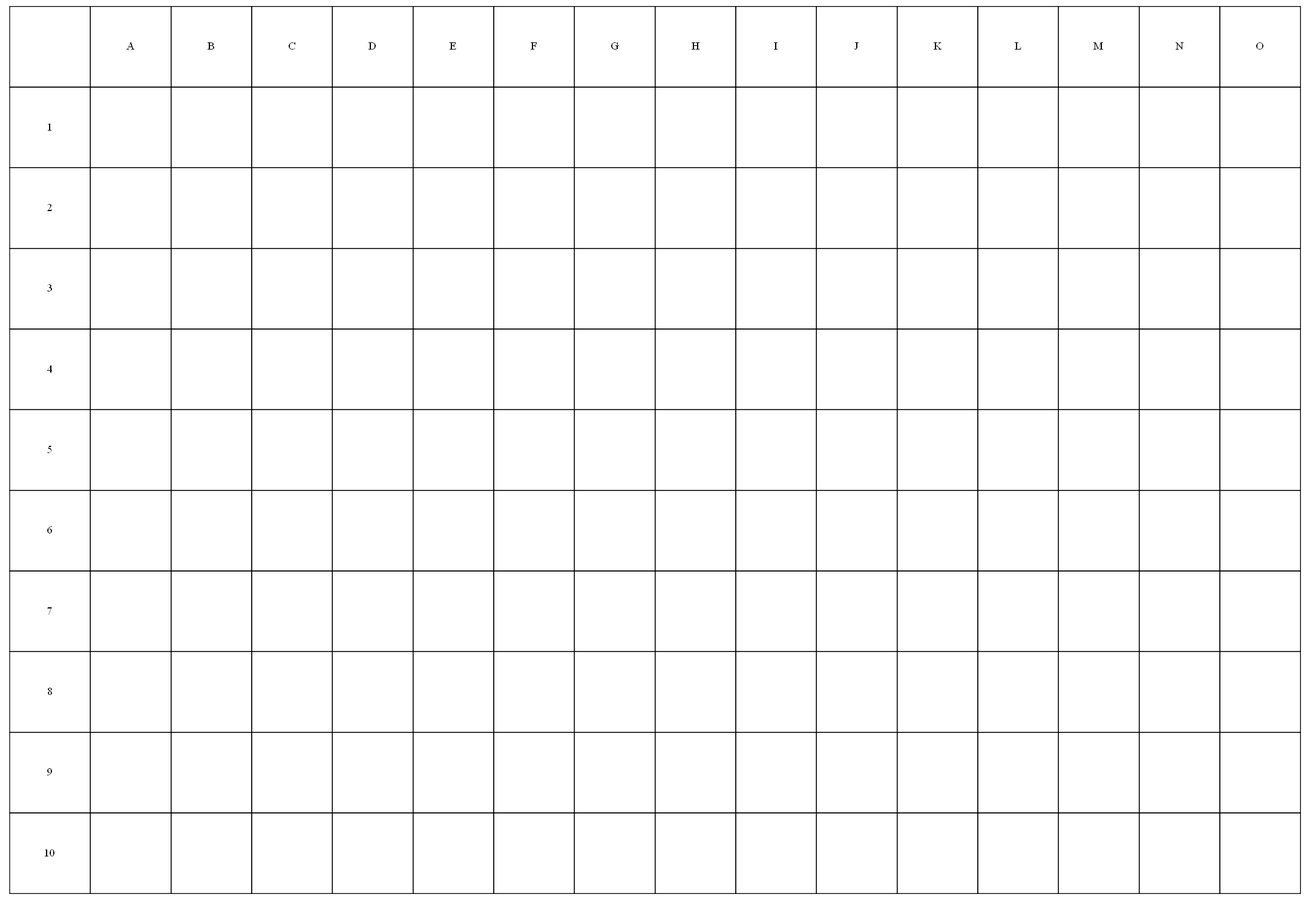
Above: Proyecto_fase2/WSnaval_wars/ClienteAdmin/Imagenes/tablero_barcos.png in jocaqes/EDD_201212921 (Graphviz), before the change. Its source is kept beside it as Proyecto_fase2/WSnaval_wars/WSnaval_wars/Dots/tablero_barcos.dot. The source it was exported from:
```dot
digraph g{
node[shape=plaintext];
matriz[label=<<TABLE border="0" cellspacing="0" cellborder="1">
<TR><TD width="100" height="100" fixedsize="true"></TD>
<TD width="100" height="100" fixedsize="true">A</TD>
<TD width="100" height="100" fixedsize="true">B</TD>
<TD width="100" height="100" fixedsize="true">C</TD>
<TD width="100" height="100" fixedsize="true">D</TD>
<TD width="100" height="100" fixedsize="true">E</TD>
<TD width="100" height="100" fixedsize="true">F</TD>
<TD width="100" height="100" fixedsize="true">G</TD>
<TD width="100" height="100" fixedsize="true">H</TD>
<TD width="100" height="100" fixedsize="true">I</TD>
<TD width="100" height="100" fixedsize="true">J</TD>
<TD width="100" height="100" fixedsize="true">K</TD>
<TD width="100" height="100" fixedsize="true">L</TD>
<TD width="100" height="100" fixedsize="true">M</TD>
<TD width="100" height="100" fixedsize="true">N</TD>
<TD width="100" height="100" fixedsize="true">O</TD>
</TR>
<TR>
<TD width="100" height="100" fixedsize="true">1</TD>
<TD width="100" height="100" fixedsize="true"></TD>
<TD width="100" height="100" fixedsize="true"></TD>
<TD width="100" height="100" fixedsize="true"></TD>
<TD width="100" height="100" fixedsize="true"></TD>
<TD width="100" height="100" fixedsize="true"></TD>
<TD width="100" height="100" fixedsize="true"></TD>
<TD width="100" height="100" fixedsize="true"></TD>
<TD width="100" height="100" fixedsize="true"></TD>
<TD width="100" height="100" fixedsize="true"></TD>
<TD width="100" height="100" fixedsize="true"></TD>
<TD width="100" height="100" fixedsize="true"></TD>
<TD width="100" height="100" fixedsize="true"></TD>
<TD width="100" height="100" fixedsize="true"></TD>
<TD width="100" height="100" fixedsize="true"></TD>
<TD width="100" height="100" fixedsize="true"></TD>
</TR><TR>
<TD width="100" height="100" fixedsize="true">2</TD>
<TD width="100" height="100" fixedsize="true"></TD>
<TD width="100" height="100" fixedsize="true"></TD>
<TD width="100" height="100" fixedsize="true"></TD>
<TD width="100" height="100" fixedsize="true"></TD>
<TD width="100" height="100" fixedsize="true"></TD>
<TD width="100" height="100" fixedsize="true"></TD>
<TD width="100" height="100" fixedsize="true"></TD>
<TD width="100" height="100" fixedsize="true"></TD>
<TD width="100" height="100" fixedsize="true"></TD>
<TD width="100" height="100" fixedsize="true"></TD>
<TD width="100" height="100" fixedsize="true"></TD>
<TD width="100" height="100" fixedsize="true"></TD>
<TD width="100" height="100" fixedsize="true"></TD>
<TD width="100" height="100" fixedsize="true"></TD>
<TD width="100" height="100" fixedsize="true"></TD>
</TR><TR>
<TD width="100" height="100" fixedsize="true">3</TD>
<TD width="100" height="100" fixedsize="true"></TD>
<TD width="100" height="100" fixedsize="true"></TD>
<TD width="100" height="100" fixedsize="true"></TD>
<TD width="100" height="100" fixedsize="true"></TD>
<TD width="100" height="100" fixedsize="true"></TD>
<TD width="100" height="100" fixedsize="true"></TD>
<TD width="100" height="100" fixedsize="true"></TD>
<TD width="100" height="100" fixedsize="true"></TD>
<TD width="100" height="100" fixedsize="true"></TD>
<TD width="100" height="100" fixedsize="true"></TD>
<TD width="100" height="100" fixedsize="true"></TD>
<TD width="100" height="100" fixedsize="true"></TD>
<TD width="100" height="100" fixedsize="true"></TD>
<TD width="100" height="100" fixedsize="true"></TD>
<TD width="100" height="100" fixedsize="true"></TD>
</TR><TR>
<TD width="100" height="100" fixedsize="true">4</TD>
<TD width="100" height="100" fixedsize="true"></TD>
<TD width="100" height="100" fixedsize="true"></TD>
<TD width="100" height="100" fixedsize="true"></TD>
<TD width="100" height="100" fixedsize="true"></TD>
<TD width="100" height="100" fixedsize="true"></TD>
<TD width="100" height="100" fixedsize="true"></TD>
<TD width="100" height="100" fixedsize="true"></TD>
<TD width="100" height="100" fixedsize="true"></TD>
<TD width="100" height="100" fixedsize="true"></TD>
<TD width="100" height="100" fixedsize="true"></TD>
<TD width="100" height="100" fixedsize="true"></TD>
<TD width="100" height="100" fixedsize="true"></TD>
<TD width="100" height="100" fixedsize="true"></TD>
<TD width="100" height="100" fixedsize="true"></TD>
<TD width="100" height="100" fixedsize="true"></TD>
</TR><TR>
<TD width="100" height="100" fixedsize="true">5</TD>
<TD width="100" height="100" fixedsize="true"></TD>
<TD width="100" height="100" fixedsize="true"></TD>
<TD width="100" height="100" fixedsize="true"></TD>
<TD width="100" height="100" fixedsize="true"></TD>
<TD width="100" height="100" fixedsize="true"></TD>
<TD width="100" height="100" fixedsize="true"></TD>
<TD width="100" height="100" fixedsize="true"></TD>
<TD width="100" height="100" fixedsize="true"></TD>
<TD width="100" height="100" fixedsize="true"></TD>
<TD width="100" height="100" fixedsize="true"></TD>
<TD width="100" height="100" fixedsize="true"></TD>
<TD width="100" height="100" fixedsize="true"></TD>
<TD width="100" height="100" fixedsize="true"></TD>
<TD width="100" height="100" fixedsize="true"></TD>
<TD width="100" height="100" fixedsize="true"></TD>
</TR><TR>
<TD width="100" height="100" fixedsize="true">6</TD>
<TD width="100" height="100" fixedsize="true"></TD>
<TD width="100" height="100" fixedsize="true"></TD>
<TD width="100" height="100" fixedsize="true"></TD>
<TD width="100" height="100" fixedsize="true"></TD>
<TD width="100" height="100" fixedsize="true"></TD>
<TD width="100" height="100" fixedsize="true"></TD>
<TD width="100" height="100" fixedsize="true"></TD>
<TD width="100" height="100" fixedsize="true"></TD>
<TD width="100" height="100" fixedsize="true"></TD>
<TD width="100" height="100" fixedsize="true"></TD>
<TD width="100" height="100" fixedsize="true"></TD>
<TD width="100" height="100" fixedsize="true"></TD>
<TD width="100" height="100" fixedsize="true"></TD>
<TD width="100" height="100" fixedsize="true"></TD>
<TD width="100" height="100" fixedsize="true"></TD>
</TR><TR>
<TD width="100" height="100" fixedsize="true">7</TD>
<TD width="100" height="100" fixedsize="true"></TD>
<TD width="100" height="100" fixedsize="true"></TD>
<TD width="100" height="100" fixedsize="true"></TD>
<TD width="100" height="100" fixedsize="true"></TD>
<TD width="100" height="100" fixedsize="true"></TD>
<TD width="100" height="100" fixedsize="true"></TD>
<TD width="100" height="100" fixedsize="true"></TD>
<TD width="100" height="100" fixedsize="true"></TD>
<TD width="100" height="100" fixedsize="true"></TD>
<TD width="100" height="100" fixedsize="true"></TD>
<TD width="100" height="100" fixedsize="true"></TD>
<TD width="100" height="100" fixedsize="true"></TD>
<TD width="100" height="100" fixedsize="true"></TD>
<TD width="100" height="100" fixedsize="true"></TD>
<TD width="100" height="100" fixedsize="true"></TD>
</TR><TR>
<TD width="100" height="100" fixedsize="true">8</TD>
<TD width="100" height="100" fixedsize="true"></TD>
<TD width="100" height="100" fixedsize="true"></TD>
<TD width="100" height="100" fixedsize="true"></TD>
<TD width="100" height="100" fixedsize="true"></TD>
<TD width="100" height="100" fixedsize="true"></TD>
<TD width="100" height="100" fixedsize="true"></TD>
<TD width="100" height="100" fixedsize="true"></TD>
<TD width="100" height="100" fixedsize="true"></TD>
<TD width="100" height="100" fixedsize="true"></TD>
<TD width="100" height="100" fixedsize="true"></TD>
<TD width="100" height="100" fixedsize="true"></TD>
<TD width="100" height="100" fixedsize="true"></TD>
<TD width="100" height="100" fixedsize="true"></TD>
<TD width="100" height="100" fixedsize="true"></TD>
<TD width="100" height="100" fixedsize="true"></TD>
</TR><TR>
<TD width="100" height="100" fixedsize="true">9</TD>
<TD width="100" height="100" fixedsize="true"></TD>
<TD width="100" height="100" fixedsize="true"></TD>
<TD width="100" height="100" fixedsize="true"></TD>
<TD width="100" height="100" fixedsize="true"></TD>
<TD width="100" height="100" fixedsize="true"></TD>
<TD width="100" height="100" fixedsize="true"></TD>
<TD width="100" height="100" fixedsize="true"></TD>
<TD width="100" height="100" fixedsize="true"></TD>
<TD width="100" height="100" fixedsize="true"></TD>
<TD width="100" height="100" fixedsize="true"></TD>
<TD width="100" height="100" fixedsize="true"></TD>
<TD width="100" height="100" fixedsize="true"></TD>
<TD width="100" height="100" fixedsize="true"></TD>
<TD width="100" height="100" fixedsize="true"></TD>
<TD width="100" height="100" fixedsize="true"></TD>
</TR><TR>
<TD width="100" height="100" fixedsize="true">10</TD>
<TD width="100" height="100" fixedsize="true"></TD>
<TD width="100" height="100" fixedsize="true"></TD>
<TD width="100" height="100" fixedsize="true"></TD>
<TD width="100" height="100" fixedsize="true"></TD>
<TD width="100" height="100" fixedsize="true"></TD>
<TD width="100" height="100" fixedsize="true"></TD>
<TD width="100" height="100" fixedsize="true"></TD>
<TD width="100" height="100" fixedsize="true"></TD>
<TD width="100" height="100" fixedsize="true"></TD>
<TD width="100" height="100" fixedsize="true"></TD>
<TD width="100" height="100" fixedsize="true"></TD>
<TD width="100" height="100" fixedsize="true"></TD>
<TD width="100" height="100" fixedsize="true"></TD>
<TD width="100" height="100" fixedsize="true"></TD>
<TD width="100" height="100" fixedsize="true"></TD>
</TR></TABLE>>];
}
```
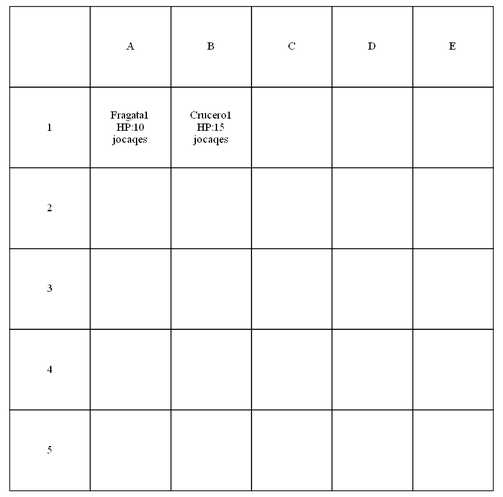
Above is the later version.

Change to the diagram source:
```diff
@@ -7,46 +7,16 @@
 <TD width="100" height="100" fixedsize="true">C</TD>
 <TD width="100" height="100" fixedsize="true">D</TD>
 <TD width="100" height="100" fixedsize="true">E</TD>
-<TD width="100" height="100" fixedsize="true">F</TD>
-<TD width="100" height="100" fixedsize="true">G</TD>
-<TD width="100" height="100" fixedsize="true">H</TD>
-<TD width="100" height="100" fixedsize="true">I</TD>
-<TD width="100" height="100" fixedsize="true">J</TD>
-<TD width="100" height="100" fixedsize="true">K</TD>
-<TD width="100" height="100" fixedsize="true">L</TD>
-<TD width="100" height="100" fixedsize="true">M</TD>
-<TD width="100" height="100" fixedsize="true">N</TD>
-<TD width="100" height="100" fixedsize="true">O</TD>
 </TR>
 <TR>
 <TD width="100" height="100" fixedsize="true">1</TD>
-<TD width="100" height="100" fixedsize="true"></TD>
-<TD width="100" height="100" fixedsize="true"></TD>
-<TD width="100" height="100" fixedsize="true"></TD>
-<TD width="100" height="100" fixedsize="true"></TD>
-<TD width="100" height="100" fixedsize="true"></TD>
-<TD width="100" height="100" fixedsize="true"></TD>
-<TD width="100" height="100" fixedsize="true"></TD>
-<TD width="100" height="100" fixedsize="true"></TD>
-<TD width="100" height="100" fixedsize="true"></TD>
-<TD width="100" height="100" fixedsize="true"></TD>
-<TD width="100" height="100" fixedsize="true"></TD>
-<TD width="100" height="100" fixedsize="true"></TD>
+<TD width="100" height="100" fixedsize="true">Fragata1<br/>HP:10<br/>jocaqes</TD>
+<TD width="100" height="100" fixedsize="true">Crucero1<br/>HP:15<br/>jocaqes</TD>
 <TD width="100" height="100" fixedsize="true"></TD>
 <TD width="100" height="100" fixedsize="true"></TD>
 <TD width="100" height="100" fixedsize="true"></TD>
 </TR><TR>
 <TD width="100" height="100" fixedsize="true">2</TD>
-<TD width="100" height="100" fixedsize="true"></TD>
-<TD width="100" height="100" fixedsize="true"></TD>
-<TD width="100" height="100" fixedsize="true"></TD>
-<TD width="100" height="100" fixedsize="true"></TD>
-<TD width="100" height="100" fixedsize="true"></TD>
-<TD width="100" height="100" fixedsize="true"></TD>
-<TD width="100" height="100" fixedsize="true"></TD>
-<TD width="100" height="100" fixedsize="true"></TD>
-<TD width="100" height="100" fixedsize="true"></TD>
-<TD width="100" height="100" fixedsize="true"></TD>
 <TD width="100" height="100" fixedsize="true"></TD>
 <TD width="100" height="100" fixedsize="true"></TD>
 <TD width="100" height="100" fixedsize="true"></TD>
@@ -59,28 +29,8 @@
 <TD width="100" height="100" fixedsize="true"></TD>
 <TD width="100" height="100" fixedsize="true"></TD>
 <TD width="100" height="100" fixedsize="true"></TD>
-<TD width="100" height="100" fixedsize="true"></TD>
-<TD width="100" height="100" fixedsize="true"></TD>
-<TD width="100" height="100" fixedsize="true"></TD>
-<TD width="100" height="100" fixedsize="true"></TD>
-<TD width="100" height="100" fixedsize="true"></TD>
-<TD width="100" height="100" fixedsize="true"></TD>
-<TD width="100" height="100" fixedsize="true"></TD>
-<TD width="100" height="100" fixedsize="true"></TD>
-<TD width="100" height="100" fixedsize="true"></TD>
-<TD width="100" height="100" fixedsize="true"></TD>
 </TR><TR>
 <TD width="100" height="100" fixedsize="true">4</TD>
-<TD width="100" height="100" fixedsize="true"></TD>
-<TD width="100" height="100" fixedsize="true"></TD>
-<TD width="100" height="100" fixedsize="true"></TD>
-<TD width="100" height="100" fixedsize="true"></TD>
-<TD width="100" height="100" fixedsize="true"></TD>
-<TD width="100" height="100" fixedsize="true"></TD>
-<TD width="100" height="100" fixedsize="true"></TD>
-<TD width="100" height="100" fixedsize="true"></TD>
-<TD width="100" height="100" fixedsize="true"></TD>
-<TD width="100" height="100" fixedsize="true"></TD>
 <TD width="100" height="100" fixedsize="true"></TD>
 <TD width="100" height="100" fixedsize="true"></TD>
 <TD width="100" height="100" fixedsize="true"></TD>
@@ -93,100 +43,5 @@
 <TD width="100" height="100" fixedsize="true"></TD>
 <TD width="100" height="100" fixedsize="true"></TD>
 <TD width="100" height="100" fixedsize="true"></TD>
-<TD width="100" height="100" fixedsize="true"></TD>
-<TD width="100" height="100" fixedsize="true"></TD>
-<TD width="100" height="100" fixedsize="true"></TD>
-<TD width="100" height="100" fixedsize="true"></TD>
-<TD width="100" height="100" fixedsize="true"></TD>
-<TD width="100" height="100" fixedsize="true"></TD>
-<TD width="100" height="100" fixedsize="true"></TD>
-<TD width="100" height="100" fixedsize="true"></TD>
-<TD width="100" height="100" fixedsize="true"></TD>
-<TD width="100" height="100" fixedsize="true"></TD>
-</TR><TR>
-<TD width="100" height="100" fixedsize="true">6</TD>
-<TD width="100" height="100" fixedsize="true"></TD>
-<TD width="100" height="100" fixedsize="true"></TD>
-<TD width="100" height="100" fixedsize="true"></TD>
-<TD width="100" height="100" fixedsize="true"></TD>
-<TD width="100" height="100" fixedsize="true"></TD>
-<TD width="100" height="100" fixedsize="true"></TD>
-<TD width="100" height="100" fixedsize="true"></TD>
-<TD width="100" height="100" fixedsize="true"></TD>
-<TD width="100" height="100" fixedsize="true"></TD>
-<TD width="100" height="100" fixedsize="true"></TD>
-<TD width="100" height="100" fixedsize="true"></TD>
-<TD width="100" height="100" fixedsize="true"></TD>
-<TD width="100" height="100" fixedsize="true"></TD>
-<TD width="100" height="100" fixedsize="true"></TD>
-<TD width="100" height="100" fixedsize="true"></TD>
-</TR><TR>
-<TD width="100" height="100" fixedsize="true">7</TD>
-<TD width="100" height="100" fixedsize="true"></TD>
-<TD width="100" height="100" fixedsize="true"></TD>
-<TD width="100" height="100" fixedsize="true"></TD>
-<TD width="100" height="100" fixedsize="true"></TD>
-<TD width="100" height="100" fixedsize="true"></TD>
-<TD width="100" height="100" fixedsize="true"></TD>
-<TD width="100" height="100" fixedsize="true"></TD>
-<TD width="100" height="100" fixedsize="true"></TD>
-<TD width="100" height="100" fixedsize="true"></TD>
-<TD width="100" height="100" fixedsize="true"></TD>
-<TD width="100" height="100" fixedsize="true"></TD>
-<TD width="100" height="100" fixedsize="true"></TD>
-<TD width="100" height="100" fixedsize="true"></TD>
-<TD width="100" height="100" fixedsize="true"></TD>
-<TD width="100" height="100" fixedsize="true"></TD>
-</TR><TR>
-<TD width="100" height="100" fixedsize="true">8</TD>
-<TD width="100" height="100" fixedsize="true"></TD>
-<TD width="100" height="100" fixedsize="true"></TD>
-<TD width="100" height="100" fixedsize="true"></TD>
-<TD width="100" height="100" fixedsize="true"></TD>
-<TD width="100" height="100" fixedsize="true"></TD>
-<TD width="100" height="100" fixedsize="true"></TD>
-<TD width="100" height="100" fixedsize="true"></TD>
-<TD width="100" height="100" fixedsize="true"></TD>
-<TD width="100" height="100" fixedsize="true"></TD>
-<TD width="100" height="100" fixedsize="true"></TD>
-<TD width="100" height="100" fixedsize="true"></TD>
-<TD width="100" height="100" fixedsize="true"></TD>
-<TD width="100" height="100" fixedsize="true"></TD>
-<TD width="100" height="100" fixedsize="true"></TD>
-<TD width="100" height="100" fixedsize="true"></TD>
-</TR><TR>
-<TD width="100" height="100" fixedsize="true">9</TD>
-<TD width="100" height="100" fixedsize="true"></TD>
-<TD width="100" height="100" fixedsize="true"></TD>
-<TD width="100" height="100" fixedsize="true"></TD>
-<TD width="100" height="100" fixedsize="true"></TD>
-<TD width="100" height="100" fixedsize="true"></TD>
-<TD width="100" height="100" fixedsize="true"></TD>
-<TD width="100" height="100" fixedsize="true"></TD>
-<TD width="100" height="100" fixedsize="true"></TD>
-<TD width="100" height="100" fixedsize="true"></TD>
-<TD width="100" height="100" fixedsize="true"></TD>
-<TD width="100" height="100" fixedsize="true"></TD>
-<TD width="100" height="100" fixedsize="true"></TD>
-<TD width="100" height="100" fixedsize="true"></TD>
-<TD width="100" height="100" fixedsize="true"></TD>
-<TD width="100" height="100" fixedsize="true"></TD>
-</TR><TR>
-<TD width="100" height="100" fixedsize="true">10</TD>
-<TD width="100" height="100" fixedsize="true"></TD>
-<TD width="100" height="100" fixedsize="true"></TD>
-<TD width="100" height="100" fixedsize="true"></TD>
-<TD width="100" height="100" fixedsize="true"></TD>
-<TD width="100" height="100" fixedsize="true"></TD>
-<TD width="100" height="100" fixedsize="true"></TD>
-<TD width="100" height="100" fixedsize="true"></TD>
-<TD width="100" height="100" fixedsize="true"></TD>
-<TD width="100" height="100" fixedsize="true"></TD>
-<TD width="100" height="100" fixedsize="true"></TD>
-<TD width="100" height="100" fixedsize="true"></TD>
-<TD width="100" height="100" fixedsize="true"></TD>
-<TD width="100" height="100" fixedsize="true"></TD>
-<TD width="100" height="100" fixedsize="true"></TD>
-<TD width="100" height="100" fixedsize="true"></TD>
 </TR></TABLE>>];
 }
```
